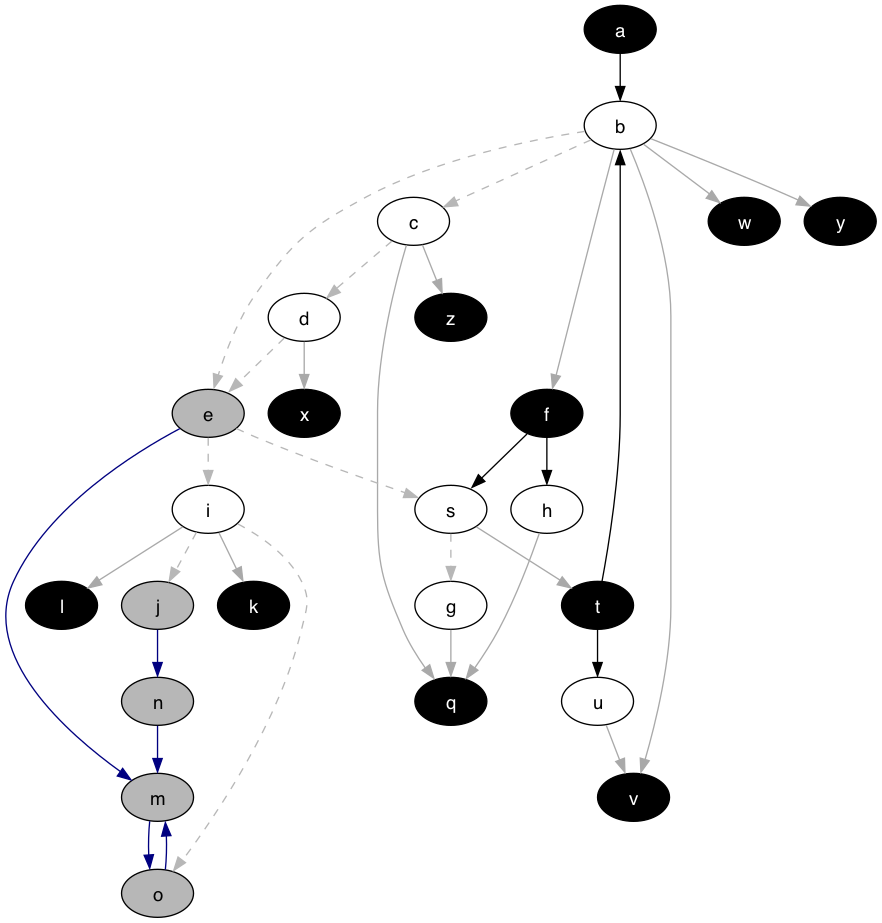
The Graphviz diagram 2024IDCC/graphs/kernel_graph_colored.png in idaks/Games-and-Argumentation, before a commit. Its source is kept beside it as 2024IDCC/graphs/kernel_graph_colored.dot. The source it was exported from:
```dot
digraph G {
  node [shape=oval style=filled fontname=Helvetica fontsize=14]
  node [fillcolor="#ffffff" fontcolor="#000000"] b c d s g h i u;
  node [fillcolor="#000000" fontcolor="#ffffff"] a t f k l q v w x y z;
  node [fillcolor="#b7b7b7" fontcolor="#000000"] e j m o n;
  node [fillcolor="white" fontcolor="black"];
  edge [dir=forward, color="#000000", style="solid"]
        "a" -> "b"
        "t" -> "b"
        "f" -> "h"
        "f" -> "s"
        "t" -> "u"
  edge [dir=forward, color="#b7b7b7", style="dashed"]
        "b" -> "c"
        "c" -> "d"
        "b" -> "e"
        "d" -> "e"
        "s" -> "g"
        "e" -> "i"
        "i" -> "j"
        "i" -> "o"
        "e" -> "s"
  edge [dir=forward, color="#A9A9A9", style="solid"]
        "b" -> "f"
        "i" -> "k"
        "i" -> "l"
        "g" -> "q"
        "h" -> "q"
        "c" -> "q"
        "s" -> "t"
        "b" -> "v"
        "u" -> "v"
        "b" -> "w"
        "d" -> "x"
        "b" -> "y"
        "c" -> "z"
  edge [dir=forward, color="#000080", style="solid"]
        "e" -> "m"
        "o" -> "m"
        "n" -> "m"
        "j" -> "n"
        "m" -> "o"
}
```
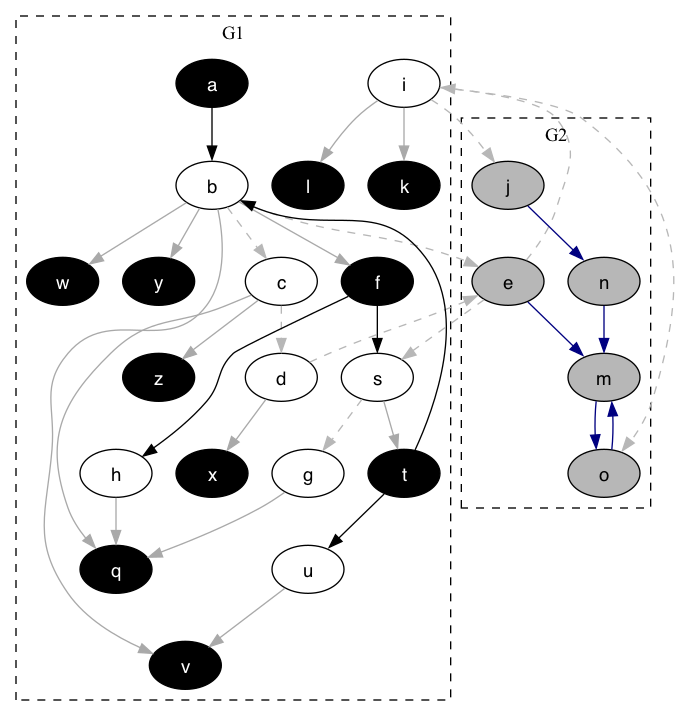
Above is the later version.

The edit, as a diff of the source:
```diff
@@ -1,43 +1,48 @@
 digraph G {
   node [shape=oval style=filled fontname=Helvetica fontsize=14]
-  node [fillcolor="#ffffff" fontcolor="#000000"] b c d s g h i u;
-  node [fillcolor="#000000" fontcolor="#ffffff"] a t f k l q v w x y z;
-  node [fillcolor="#b7b7b7" fontcolor="#000000"] e j m o n;
-  node [fillcolor="white" fontcolor="black"];
+  subgraph cluster_g1{
+  label = "G1"; color = black; style ="dashed";
+    node [fillcolor="#ffffff" fontcolor="#000000"] b c d s g h i u;
+    node [fillcolor="#000000" fontcolor="#ffffff"] a t f k l q v w x y z;
+  }
+  subgraph cluster_g2{
+  label = "G2"; color = black; style ="dashed";
+    node [fillcolor="#b7b7b7" fontcolor="#000000"] e j m o n;
+  }
   edge [dir=forward, color="#000000", style="solid"]
-        "a" -> "b"
-        "t" -> "b"
-        "f" -> "h"
-        "f" -> "s"
-        "t" -> "u"
+        "a" -> "b";
+        "t" -> "b";
+        "f" -> "h";
+        "f" -> "s";
+        "t" -> "u";
   edge [dir=forward, color="#b7b7b7", style="dashed"]
-        "b" -> "c"
-        "c" -> "d"
-        "b" -> "e"
-        "d" -> "e"
-        "s" -> "g"
-        "e" -> "i"
-        "i" -> "j"
-        "i" -> "o"
-        "e" -> "s"
+        "b" -> "c";
+        "c" -> "d";
+        "b" -> "e";
+        "d" -> "e";
+        "s" -> "g";
+        "e" -> "i";
+        "i" -> "j";
+        "i" -> "o";
+        "e" -> "s";
   edge [dir=forward, color="#A9A9A9", style="solid"]
-        "b" -> "f"
-        "i" -> "k"
-        "i" -> "l"
-        "g" -> "q"
-        "h" -> "q"
-        "c" -> "q"
-        "s" -> "t"
-        "b" -> "v"
-        "u" -> "v"
-        "b" -> "w"
-        "d" -> "x"
-        "b" -> "y"
-        "c" -> "z"
+        "b" -> "f";
+        "i" -> "k";
+        "i" -> "l";
+        "g" -> "q";
+        "h" -> "q";
+        "c" -> "q";
+        "s" -> "t";
+        "b" -> "v";
+        "u" -> "v";
+        "b" -> "w";
+        "d" -> "x";
+        "b" -> "y";
+        "c" -> "z";
   edge [dir=forward, color="#000080", style="solid"]
-        "e" -> "m"
-        "o" -> "m"
-        "n" -> "m"
-        "j" -> "n"
-        "m" -> "o"
+        "e" -> "m";
+        "o" -> "m";
+        "n" -> "m";
+        "j" -> "n";
+        "m" -> "o";
 }
```
